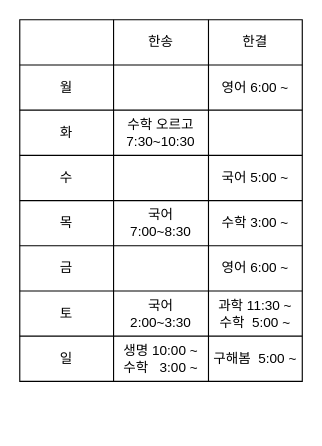
Above: 제목 없는 다이어그램.drawio in hunsooni/diagram (draw.io), before the change. Source tidied: cells renumbered, new cells numbered last; positions are measured from the earlier drawing's top-left corner, leaving out a move shared by most shapes. Both pictures are drawn from the tidied source at 113%, with x=0, y=0 at pixel (19, 19).
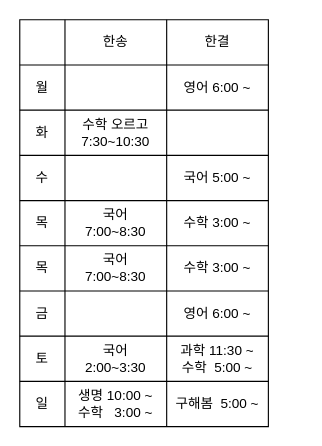
The same page after the edit.

Commit message:
제목 없는 다이어그램.drawio 업데이트

Diff of the diagram source:
```diff
@@
     <mxCell id="2" style="shape=table;startSize=0;childLayout=tableLayout;" parent="1" vertex="1">
-      <mxGeometry width="250" height="320" as="geometry" />
+      <mxGeometry width="220" height="360" as="geometry" />
     </mxCell>
     <mxCell id="3" style="shape=tableRow;horizontal=0;startSize=0;swimlaneHead=0;swimlaneBody=0;top=0;left=0;bottom=0;right=0;fillColor=none;" parent="2" vertex="1">
-      <mxGeometry width="250" height="40" as="geometry" />
+      <mxGeometry width="220" height="40" as="geometry" />
     </mxCell>
     <mxCell id="4" style="shape=partialRectangle;html=1;whiteSpace=wrap;overflow=hidden;fillColor=none;top=0;left=0;bottom=0;right=0;" parent="3" vertex="1">
-      <mxGeometry width="83" height="40" as="geometry" />
+      <mxGeometry width="40" height="40" as="geometry" />
     </mxCell>
     <mxCell id="5" value="한송" style="shape=partialRectangle;html=1;whiteSpace=wrap;overflow=hidden;fillColor=none;top=0;left=0;bottom=0;right=0;" parent="3" vertex="1">
-      <mxGeometry x="83" width="84" height="40" as="geometry" />
+      <mxGeometry x="40" width="90" height="40" as="geometry" />
     </mxCell>
     <mxCell id="6" value="한결" style="shape=partialRectangle;html=1;whiteSpace=wrap;overflow=hidden;fillColor=none;top=0;left=0;bottom=0;right=0;" parent="3" vertex="1">
-      <mxGeometry x="167" width="83" height="40" as="geometry" />
+      <mxGeometry x="130" width="90" height="40" as="geometry" />
     </mxCell>
     <mxCell id="7" style="shape=tableRow;horizontal=0;startSize=0;swimlaneHead=0;swimlaneBody=0;top=0;left=0;bottom=0;right=0;fillColor=none;" parent="2" vertex="1">
-      <mxGeometry y="40" width="250" height="40" as="geometry" />
+      <mxGeometry y="40" width="220" height="40" as="geometry" />
     </mxCell>
     <mxCell id="8" value="월" style="shape=partialRectangle;html=1;whiteSpace=wrap;overflow=hidden;fillColor=none;top=0;left=0;bottom=0;right=0;" parent="7" vertex="1">
-      <mxGeometry width="83" height="40" as="geometry" />
+      <mxGeometry width="40" height="40" as="geometry" />
     </mxCell>
     <mxCell id="9" style="shape=partialRectangle;html=1;whiteSpace=wrap;overflow=hidden;fillColor=none;top=0;left=0;bottom=0;right=0;" parent="7" vertex="1">
-      <mxGeometry x="83" width="84" height="40" as="geometry" />
+      <mxGeometry x="40" width="90" height="40" as="geometry" />
     </mxCell>
     <mxCell id="10" value="영어 6:00 ~" style="shape=partialRectangle;html=1;whiteSpace=wrap;overflow=hidden;fillColor=none;top=0;left=0;bottom=0;right=0;" parent="7" vertex="1">
-      <mxGeometry x="167" width="83" height="40" as="geometry" />
+      <mxGeometry x="130" width="90" height="40" as="geometry" />
     </mxCell>
     <mxCell id="11" style="shape=tableRow;horizontal=0;startSize=0;swimlaneHead=0;swimlaneBody=0;top=0;left=0;bottom=0;right=0;fillColor=none;" parent="2" vertex="1">
-      <mxGeometry y="80" width="250" height="40" as="geometry" />
+      <mxGeometry y="80" width="220" height="40" as="geometry" />
     </mxCell>
     <mxCell id="12" value="화" style="shape=partialRectangle;html=1;whiteSpace=wrap;overflow=hidden;fillColor=none;top=0;left=0;bottom=0;right=0;" parent="11" vertex="1">
-      <mxGeometry width="83" height="40" as="geometry" />
+      <mxGeometry width="40" height="40" as="geometry" />
     </mxCell>
     <mxCell id="13" value="수학 오르고&lt;br&gt;7:30~10:30" style="shape=partialRectangle;html=1;whiteSpace=wrap;overflow=hidden;fillColor=none;top=0;left=0;bottom=0;right=0;" parent="11" vertex="1">
-      <mxGeometry x="83" width="84" height="40" as="geometry" />
+      <mxGeometry x="40" width="90" height="40" as="geometry" />
     </mxCell>
     <mxCell id="14" style="shape=partialRectangle;html=1;whiteSpace=wrap;overflow=hidden;fillColor=none;top=0;left=0;bottom=0;right=0;" parent="11" vertex="1">
-      <mxGeometry x="167" width="83" height="40" as="geometry" />
+      <mxGeometry x="130" width="90" height="40" as="geometry" />
     </mxCell>
     <mxCell id="15" style="shape=tableRow;horizontal=0;startSize=0;swimlaneHead=0;swimlaneBody=0;top=0;left=0;bottom=0;right=0;fillColor=none;" parent="2" vertex="1">
-      <mxGeometry y="120" width="250" height="40" as="geometry" />
+      <mxGeometry y="120" width="220" height="40" as="geometry" />
     </mxCell>
     <mxCell id="16" value="수" style="shape=partialRectangle;html=1;whiteSpace=wrap;overflow=hidden;fillColor=none;top=0;left=0;bottom=0;right=0;" parent="15" vertex="1">
-      <mxGeometry width="83" height="40" as="geometry" />
+      <mxGeometry width="40" height="40" as="geometry" />
     </mxCell>
     <mxCell id="17" style="shape=partialRectangle;html=1;whiteSpace=wrap;overflow=hidden;fillColor=none;top=0;left=0;bottom=0;right=0;" parent="15" vertex="1">
-      <mxGeometry x="83" width="84" height="40" as="geometry" />
+      <mxGeometry x="40" width="90" height="40" as="geometry" />
     </mxCell>
     <mxCell id="18" value="국어 5:00 ~" style="shape=partialRectangle;html=1;whiteSpace=wrap;overflow=hidden;fillColor=none;top=0;left=0;bottom=0;right=0;" parent="15" vertex="1">
-      <mxGeometry x="167" width="83" height="40" as="geometry" />
+      <mxGeometry x="130" width="90" height="40" as="geometry" />
     </mxCell>
     <mxCell id="19" style="shape=tableRow;horizontal=0;startSize=0;swimlaneHead=0;swimlaneBody=0;top=0;left=0;bottom=0;right=0;fillColor=none;" parent="2" vertex="1">
-      <mxGeometry y="160" width="250" height="40" as="geometry" />
+      <mxGeometry y="160" width="220" height="40" as="geometry" />
     </mxCell>
     <mxCell id="20" value="목" style="shape=partialRectangle;html=1;whiteSpace=wrap;overflow=hidden;fillColor=none;top=0;left=0;bottom=0;right=0;" parent="19" vertex="1">
-      <mxGeometry width="83" height="40" as="geometry" />
+      <mxGeometry width="40" height="40" as="geometry" />
     </mxCell>
     <mxCell id="21" value="국어&lt;br&gt;7:00~8:30" style="shape=partialRectangle;html=1;whiteSpace=wrap;overflow=hidden;fillColor=none;top=0;left=0;bottom=0;right=0;" parent="19" vertex="1">
-      <mxGeometry x="83" width="84" height="40" as="geometry" />
+      <mxGeometry x="40" width="90" height="40" as="geometry" />
     </mxCell>
     <mxCell id="22" value="수학 3:00 ~" style="shape=partialRectangle;html=1;whiteSpace=wrap;overflow=hidden;fillColor=none;top=0;left=0;bottom=0;right=0;" parent="19" vertex="1">
-      <mxGeometry x="167" width="83" height="40" as="geometry" />
+      <mxGeometry x="130" width="90" height="40" as="geometry" />
     </mxCell>
+    <mxCell id="35" style="shape=tableRow;horizontal=0;startSize=0;swimlaneHead=0;swimlaneBody=0;top=0;left=0;bottom=0;right=0;fillColor=none;" parent="2" vertex="1">
+      <mxGeometry y="200" width="220" height="40" as="geometry" />
+    </mxCell>
+    <mxCell id="36" value="목" style="shape=partialRectangle;html=1;whiteSpace=wrap;overflow=hidden;fillColor=none;top=0;left=0;bottom=0;right=0;" parent="35" vertex="1">
+      <mxGeometry width="40" height="40" as="geometry" />
+    </mxCell>
+    <mxCell id="37" value="국어&lt;br&gt;7:00~8:30" style="shape=partialRectangle;html=1;whiteSpace=wrap;overflow=hidden;fillColor=none;top=0;left=0;bottom=0;right=0;" parent="35" vertex="1">
+      <mxGeometry x="40" width="90" height="40" as="geometry" />
+    </mxCell>
+    <mxCell id="38" value="수학 3:00 ~" style="shape=partialRectangle;html=1;whiteSpace=wrap;overflow=hidden;fillColor=none;top=0;left=0;bottom=0;right=0;" parent="35" vertex="1">
+      <mxGeometry x="130" width="90" height="40" as="geometry" />
+    </mxCell>
     <mxCell id="23" style="shape=tableRow;horizontal=0;startSize=0;swimlaneHead=0;swimlaneBody=0;top=0;left=0;bottom=0;right=0;fillColor=none;" parent="2" vertex="1">
-      <mxGeometry y="200" width="250" height="40" as="geometry" />
+      <mxGeometry y="240" width="220" height="40" as="geometry" />
     </mxCell>
     <mxCell id="24" value="금" style="shape=partialRectangle;html=1;whiteSpace=wrap;overflow=hidden;fillColor=none;top=0;left=0;bottom=0;right=0;" parent="23" vertex="1">
-      <mxGeometry width="83" height="40" as="geometry" />
+      <mxGeometry width="40" height="40" as="geometry" />
     </mxCell>
     <mxCell id="25" style="shape=partialRectangle;html=1;whiteSpace=wrap;overflow=hidden;fillColor=none;top=0;left=0;bottom=0;right=0;" parent="23" vertex="1">
-      <mxGeometry x="83" width="84" height="40" as="geometry" />
+      <mxGeometry x="40" width="90" height="40" as="geometry" />
     </mxCell>
     <mxCell id="26" value="영어 6:00 ~" style="shape=partialRectangle;html=1;whiteSpace=wrap;overflow=hidden;fillColor=none;top=0;left=0;bottom=0;right=0;" parent="23" vertex="1">
-      <mxGeometry x="167" width="83" height="40" as="geometry" />
+      <mxGeometry x="130" width="90" height="40" as="geometry" />
     </mxCell>
     <mxCell id="27" style="shape=tableRow;horizontal=0;startSize=0;swimlaneHead=0;swimlaneBody=0;top=0;left=0;bottom=0;right=0;fillColor=none;" parent="2" vertex="1">
-      <mxGeometry y="240" width="250" height="40" as="geometry" />
+      <mxGeometry y="280" width="220" height="40" as="geometry" />
     </mxCell>
     <mxCell id="28" value="토" style="shape=partialRectangle;html=1;whiteSpace=wrap;overflow=hidden;fillColor=none;top=0;left=0;bottom=0;right=0;" parent="27" vertex="1">
-      <mxGeometry width="83" height="40" as="geometry" />
+      <mxGeometry width="40" height="40" as="geometry" />
     </mxCell>
     <mxCell id="29" value="국어&lt;br&gt;2:00~3:30" style="shape=partialRectangle;html=1;whiteSpace=wrap;overflow=hidden;fillColor=none;top=0;left=0;bottom=0;right=0;" parent="27" vertex="1">
-      <mxGeometry x="83" width="84" height="40" as="geometry" />
+      <mxGeometry x="40" width="90" height="40" as="geometry" />
     </mxCell>
     <mxCell id="30" value="과학 11:30 ~&lt;br&gt;수학&amp;nbsp; 5:00 ~" style="shape=partialRectangle;html=1;whiteSpace=wrap;overflow=hidden;fillColor=none;top=0;left=0;bottom=0;right=0;" parent="27" vertex="1">
-      <mxGeometry x="167" width="83" height="40" as="geometry" />
+      <mxGeometry x="130" width="90" height="40" as="geometry" />
     </mxCell>
     <mxCell id="31" style="shape=tableRow;horizontal=0;startSize=0;swimlaneHead=0;swimlaneBody=0;top=0;left=0;bottom=0;right=0;fillColor=none;" parent="2" vertex="1">
-      <mxGeometry y="280" width="250" height="40" as="geometry" />
+      <mxGeometry y="320" width="220" height="40" as="geometry" />
     </mxCell>
     <mxCell id="32" value="일" style="shape=partialRectangle;html=1;whiteSpace=wrap;overflow=hidden;fillColor=none;top=0;left=0;bottom=0;right=0;" parent="31" vertex="1">
-      <mxGeometry width="83" height="40" as="geometry" />
+      <mxGeometry width="40" height="40" as="geometry" />
     </mxCell>
     <mxCell id="33" value="생명 10:00 ~&lt;br&gt;수학&amp;nbsp; &amp;nbsp;3:00 ~" style="shape=partialRectangle;html=1;whiteSpace=wrap;overflow=hidden;fillColor=none;top=0;left=0;bottom=0;right=0;" parent="31" vertex="1">
-      <mxGeometry x="83" width="84" height="40" as="geometry" />
+      <mxGeometry x="40" width="90" height="40" as="geometry" />
     </mxCell>
     <mxCell id="34" value="구해봄&amp;nbsp; 5:00 ~" style="shape=partialRectangle;html=1;whiteSpace=wrap;overflow=hidden;fillColor=none;top=0;left=0;bottom=0;right=0;" parent="31" vertex="1">
-      <mxGeometry x="167" width="83" height="40" as="geometry" />
+      <mxGeometry x="130" width="90" height="40" as="geometry" />
     </mxCell>
```
